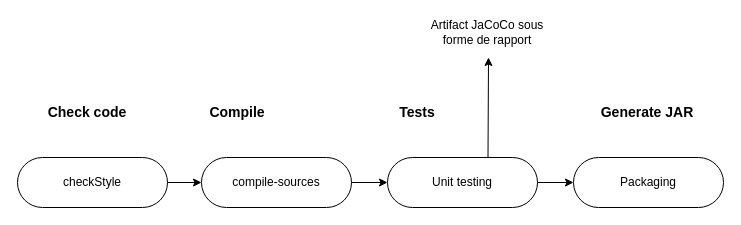
Earlier version of the draw.io diagram Diagramme sans nom.drawio (cjour/audit_logistics). Source tidied: cells renumbered, new cells numbered last; positions are measured from the earlier drawing's top-left corner, leaving out a move shared by most shapes. Both pictures are drawn from the tidied source at 100%, with x=0, y=0 at pixel (17, 17).
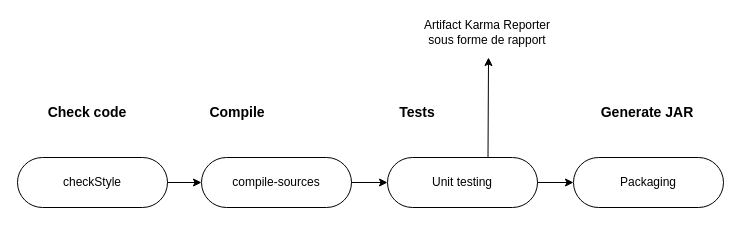
The same page after the edit.

Commit message:
Mettre à jour Testing UT angular UI.drawio

Change to the diagram source:
```diff
@@
 <mxGraphModel>
   <root>
     <mxCell id="0" />
     <mxCell id="1" parent="0" />
     <mxCell id="2" value="compile-sources" style="rounded=1;whiteSpace=wrap;html=1;arcSize=50;" parent="1" vertex="1">
       <mxGeometry x="184" y="140" width="150" height="50" as="geometry" />
     </mxCell>
     <mxCell id="3" value="Unit testing" style="rounded=1;whiteSpace=wrap;html=1;arcSize=50;" parent="1" vertex="1">
       <mxGeometry x="370" y="140" width="150" height="50" as="geometry" />
     </mxCell>
     <mxCell id="4" value="checkStyle" style="rounded=1;whiteSpace=wrap;html=1;arcSize=50;" parent="1" vertex="1">
       <mxGeometry y="140" width="150" height="50" as="geometry" />
     </mxCell>
     <mxCell id="5" value="Check code" style="text;html=1;strokeColor=none;fillColor=none;align=center;verticalAlign=middle;whiteSpace=wrap;rounded=0;fontStyle=1;fontSize=14;" parent="1" vertex="1">
       <mxGeometry x="20" y="80" width="100" height="30" as="geometry" />
     </mxCell>
     <mxCell id="6" value="Compile" style="text;html=1;strokeColor=none;fillColor=none;align=center;verticalAlign=middle;whiteSpace=wrap;rounded=0;fontStyle=1;fontSize=14;" parent="1" vertex="1">
       <mxGeometry x="190" y="80" width="60" height="30" as="geometry" />
     </mxCell>
     <mxCell id="7" value="Tests" style="text;html=1;strokeColor=none;fillColor=none;align=center;verticalAlign=middle;whiteSpace=wrap;rounded=0;fontStyle=1;fontSize=14;" parent="1" vertex="1">
       <mxGeometry x="370" y="80" width="60" height="30" as="geometry" />
     </mxCell>
     <mxCell id="8" style="endArrow=classic;html=1;rounded=0;exitX=0.75;exitY=0;exitDx=0;exitDy=0;" parent="1" edge="1">
       <mxGeometry relative="1" as="geometry">
         <mxPoint x="470.5" y="140" as="sourcePoint" />
         <mxPoint x="471" y="40" as="targetPoint" />
       </mxGeometry>
     </mxCell>
-    <mxCell id="9" value="Artifact JaCoCo sous forme de rapport" style="text;html=1;strokeColor=none;fillColor=none;align=center;verticalAlign=middle;whiteSpace=wrap;rounded=0;" parent="1" vertex="1">
+    <mxCell id="9" value="Artifact Karma Reporter sous forme de rapport" style="text;html=1;strokeColor=none;fillColor=none;align=center;verticalAlign=middle;whiteSpace=wrap;rounded=0;" parent="1" vertex="1">
       <mxGeometry x="400" width="140" height="30" as="geometry" />
     </mxCell>
     <mxCell id="10" style="endArrow=classic;html=1;rounded=0;exitX=1;exitY=0.5;exitDx=0;exitDy=0;entryX=0;entryY=0.5;entryDx=0;entryDy=0;" parent="1" edge="1" source="4" target="2">
       <mxGeometry relative="1" as="geometry" />
     </mxCell>
     <mxCell id="11" style="endArrow=classic;html=1;rounded=0;entryX=0;entryY=0.5;entryDx=0;entryDy=0;exitX=1;exitY=0.5;exitDx=0;exitDy=0;" parent="1" edge="1" source="2" target="3">
       <mxGeometry relative="1" as="geometry" />
     </mxCell>
     <mxCell id="12" value="Generate JAR" style="text;html=1;strokeColor=none;fillColor=none;align=center;verticalAlign=middle;whiteSpace=wrap;rounded=0;fontStyle=1;fontSize=14;" parent="1" vertex="1">
       <mxGeometry x="580" y="80" width="100" height="30" as="geometry" />
     </mxCell>
     <mxCell id="13" value="Packaging" style="rounded=1;whiteSpace=wrap;html=1;arcSize=50;" parent="1" vertex="1">
       <mxGeometry x="556" y="140" width="150" height="50" as="geometry" />
     </mxCell>
     <mxCell id="14" style="endArrow=classic;html=1;rounded=0;entryX=0;entryY=0.5;entryDx=0;entryDy=0;exitX=1;exitY=0.5;exitDx=0;exitDy=0;" parent="1" edge="1" target="13">
       <mxGeometry relative="1" as="geometry">
         <mxPoint x="520" y="165" as="sourcePoint" />
       </mxGeometry>
     </mxCell>
   </root>
 </mxGraphModel>
```
